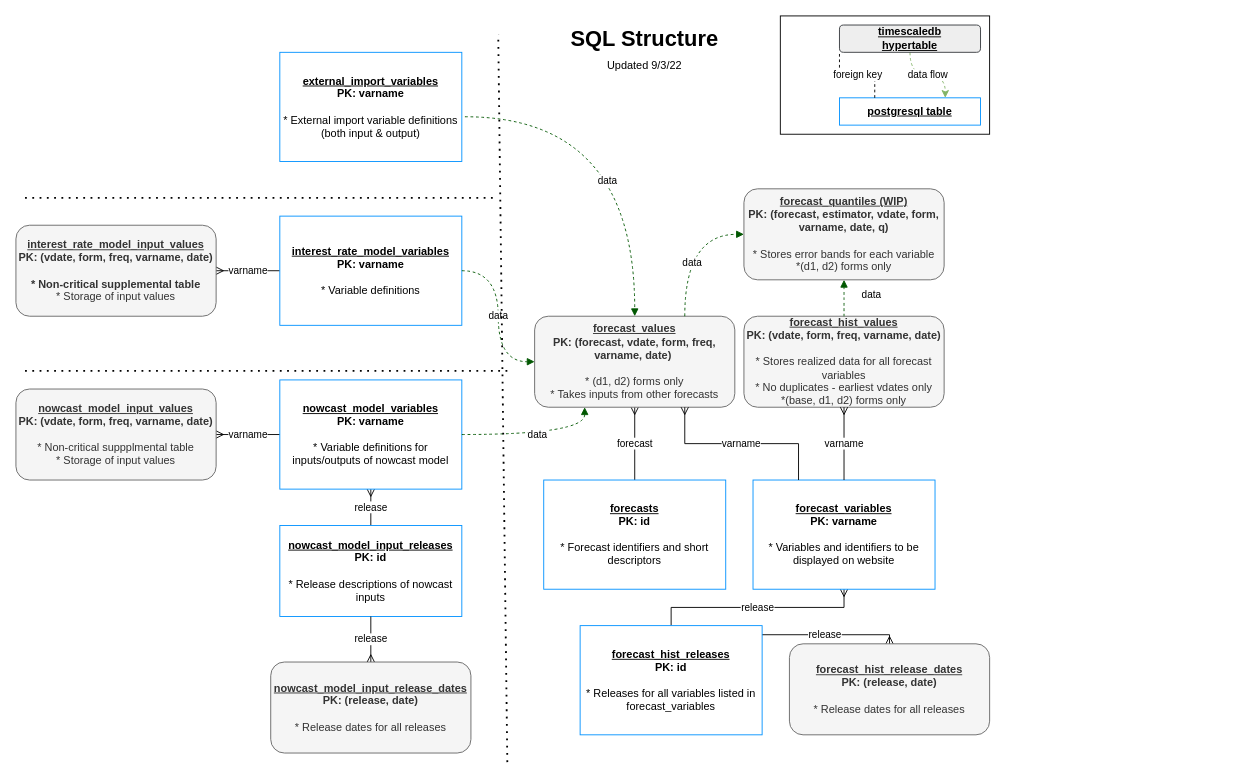
Above: page "sql-structure" (1 of 5) of docs/diagram.drawio in bongohead/econforecasting-r (draw.io), before the change. Source tidied: cells renumbered, new cells numbered last; positions are measured from the earlier drawing's top-left corner, leaving out a move shared by most shapes. Both pictures are drawn from the tidied source at 91%, with x=0, y=0 at pixel (15, 15).
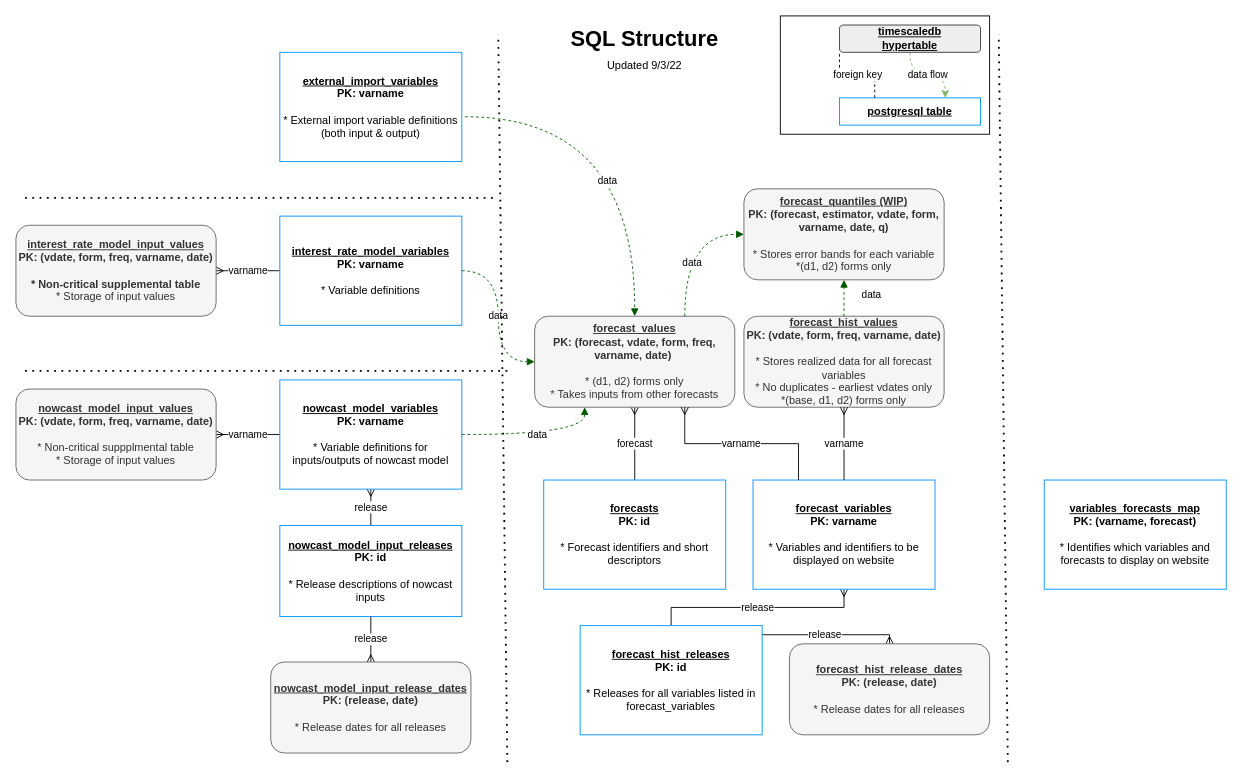
Above is the later version.

Change to the diagram source:
```diff
@@
+    <mxCell id="40" value="&lt;u&gt;variables_forecasts_map&lt;br&gt;&lt;/u&gt;PK: (varname, forecast)&lt;br&gt;&lt;br&gt;&lt;div&gt;&lt;span style=&quot;font-weight: normal ; line-height: 1.2&quot;&gt;* Identifies which variables and forecasts to display on website&lt;/span&gt;&lt;/div&gt;" style="rounded=0;whiteSpace=wrap;html=1;glass=0;shadow=0;sketch=0;fontStyle=1;align=center;strokeColor=#0392FF;" parent="1" vertex="1">
+      <mxGeometry x="1130" y="510" width="200" height="120" as="geometry" />
+    </mxCell>
+    <mxCell id="41" style="endArrow=none;dashed=1;html=1;dashPattern=1 3;strokeWidth=2;rounded=0;" parent="1" edge="1">
+      <mxGeometry relative="1" as="geometry">
+        <mxPoint x="1090" y="820" as="sourcePoint" />
+        <mxPoint x="1080" y="20" as="targetPoint" />
+      </mxGeometry>
+    </mxCell>
```
